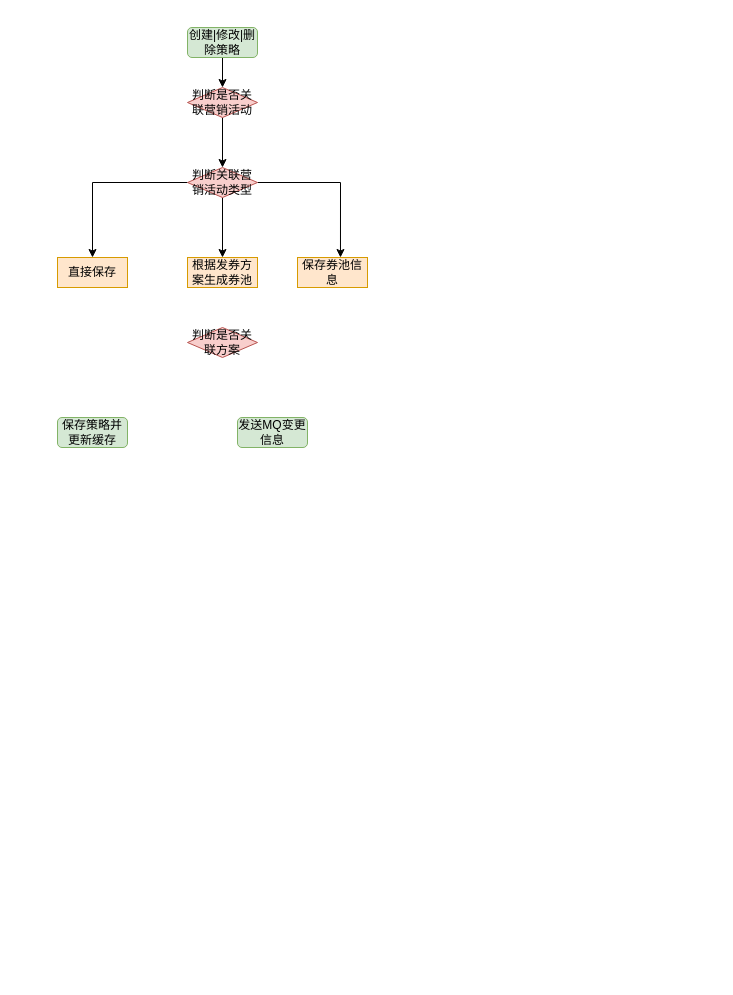
Before: 触点系统/券池接入触点弹窗.drawio in y13513867074/draw, a draw.io diagram. Source tidied: cells renumbered, new cells numbered last; positions are measured from the earlier drawing's top-left corner, leaving out a move shared by most shapes. Both pictures are drawn from the tidied source at 100%, with x=0, y=0 at pixel (57, 27).
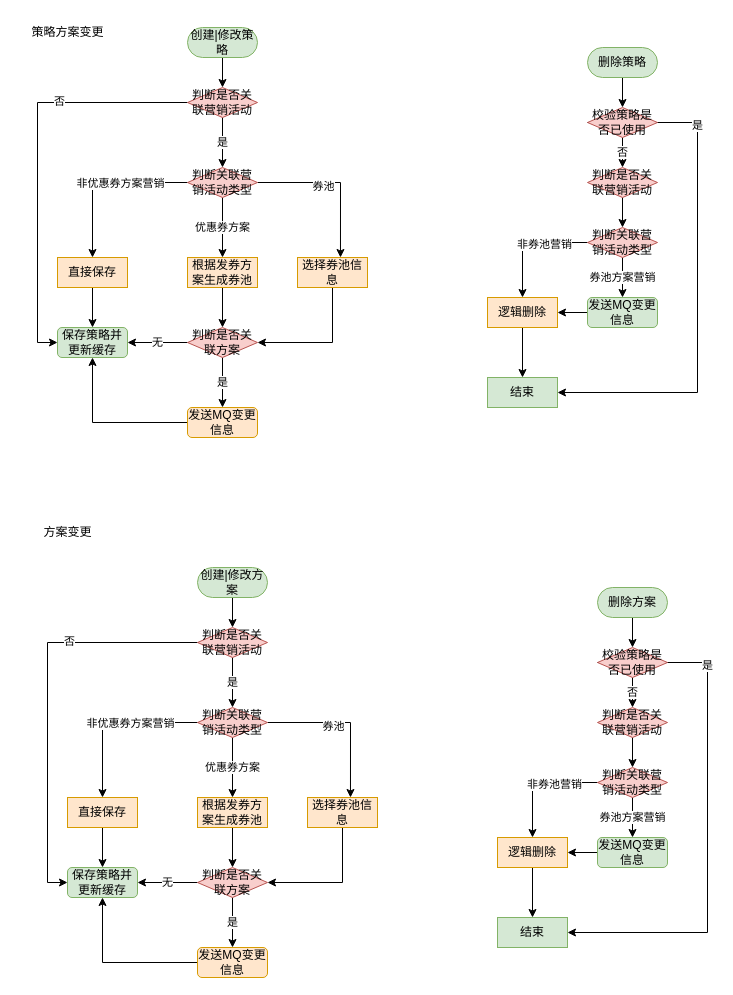
The same page after the edit.

Commit message:
更新券池接入触点弹窗.drawio

Unchanged cells that the change refers to:
```xml
<mxCell id="4" value="直接保存" style="rounded=0;whiteSpace=wrap;html=1;fillColor=#ffe6cc;strokeColor=#d79b00;" parent="1" vertex="1">
  <mxGeometry y="230" width="70" height="30" as="geometry" />
</mxCell>
<mxCell id="6" value="判断是否关联营销活动" style="rhombus;whiteSpace=wrap;html=1;fillColor=#f8cecc;strokeColor=#b85450;" parent="1" vertex="1">
  <mxGeometry x="130" y="60" width="70" height="30" as="geometry" />
</mxCell>
<mxCell id="8" style="edgeStyle=orthogonalEdgeStyle;rounded=0;jettySize=auto;html=1;exitX=0;exitY=0.5;exitDx=0;exitDy=0;entryX=0.5;entryY=0;entryDx=0;entryDy=0;" parent="1" edge="1" source="10" target="4">
  <mxGeometry relative="1" as="geometry" />
</mxCell>
<mxCell id="9" style="edgeStyle=orthogonalEdgeStyle;rounded=0;jettySize=auto;html=1;exitX=1;exitY=0.5;exitDx=0;exitDy=0;entryX=0.614;entryY=0;entryDx=0;entryDy=0;entryPerimeter=0;" parent="1" edge="1" source="10" target="13">
  <mxGeometry relative="1" as="geometry" />
</mxCell>
<mxCell id="10" value="判断关联营销活动类型" style="rhombus;whiteSpace=wrap;html=1;fillColor=#f8cecc;strokeColor=#b85450;" parent="1" vertex="1">
  <mxGeometry x="130" y="140" width="70" height="30" as="geometry" />
</mxCell>
<mxCell id="11" value="判断是否关联方案" style="rhombus;whiteSpace=wrap;html=1;fillColor=#f8cecc;strokeColor=#b85450;" parent="1" vertex="1">
  <mxGeometry x="130" y="300" width="70" height="30" as="geometry" />
</mxCell>
<mxCell id="12" value="根据发券方案生成券池" style="rounded=0;whiteSpace=wrap;html=1;fillColor=#ffe6cc;strokeColor=#d79b00;" parent="1" vertex="1">
  <mxGeometry x="130" y="230" width="70" height="30" as="geometry" />
</mxCell>
```

The edit, as a diff of the source:
```diff
@@
-    <mxCell id="3" value="创建|修改|删除策略" style="rounded=1;whiteSpace=wrap;html=1;fillColor=#d5e8d4;strokeColor=#82b366;" parent="1" vertex="1">
+    <mxCell id="3" value="创建|修改策略" style="rounded=1;whiteSpace=wrap;html=1;fillColor=#d5e8d4;strokeColor=#82b366;arcSize=50;" parent="1" vertex="1">
       <mxGeometry x="130" width="70" height="30" as="geometry" />
     </mxCell>
+    <mxCell id="16" style="edgeStyle=orthogonalEdgeStyle;rounded=0;jettySize=auto;html=1;exitX=0.5;exitY=1;exitDx=0;exitDy=0;" parent="1" edge="1" source="4" target="14">
+      <mxGeometry relative="1" as="geometry" />
+    </mxCell>
@@
-    <mxCell id="5" style="edgeStyle=orthogonalEdgeStyle;rounded=0;jettySize=auto;html=1;exitX=0.5;exitY=1;exitDx=0;exitDy=0;" parent="1" edge="1" source="6" target="10">
+    <mxCell id="5" value="是" style="edgeStyle=orthogonalEdgeStyle;rounded=0;jettySize=auto;html=1;exitX=0.5;exitY=1;exitDx=0;exitDy=0;" parent="1" edge="1" source="6" target="10">
       <mxGeometry relative="1" as="geometry" />
     </mxCell>
+    <mxCell id="17" style="edgeStyle=orthogonalEdgeStyle;rounded=0;jettySize=auto;html=1;exitX=0;exitY=0.5;exitDx=0;exitDy=0;entryX=0;entryY=0.5;entryDx=0;entryDy=0;" parent="1" edge="1" source="6" target="14">
+      <mxGeometry relative="1" as="geometry" />
+    </mxCell>
+    <mxCell id="18" value="否" style="edgeLabel;html=1;align=center;verticalAlign=middle;" parent="17" vertex="1">
+      <mxGeometry x="-0.37" y="-2" relative="1" as="geometry" />
+    </mxCell>
@@
-    <mxCell id="7" style="edgeStyle=orthogonalEdgeStyle;rounded=0;jettySize=auto;html=1;exitX=0.5;exitY=1;exitDx=0;exitDy=0;" parent="1" edge="1" source="10" target="12">
-      <mxGeometry relative="1" as="geometry" />
+    <mxCell id="7" value="优惠券方案" style="edgeStyle=orthogonalEdgeStyle;rounded=0;jettySize=auto;html=1;exitX=0.5;exitY=1;exitDx=0;exitDy=0;" parent="1" edge="1" source="10" target="12">
+      <mxGeometry relative="1" as="geometry">
+        <Array as="points">
+          <mxPoint x="165" y="200" />
+          <mxPoint x="165" y="200" />
+        </Array>
+      </mxGeometry>
     </mxCell>
@@
+    <mxCell id="19" value="非优惠券方案营销" style="edgeLabel;html=1;align=center;verticalAlign=middle;" parent="8" vertex="1">
+      <mxGeometry x="-0.2" relative="1" as="geometry" />
+    </mxCell>
@@
+    <mxCell id="20" value="券池" style="edgeLabel;html=1;align=center;verticalAlign=middle;" parent="9" vertex="1">
+      <mxGeometry x="-0.18" y="-3" relative="1" as="geometry" />
+    </mxCell>
@@
+    <mxCell id="21" value="无" style="edgeStyle=orthogonalEdgeStyle;rounded=0;jettySize=auto;html=1;exitX=0;exitY=0.5;exitDx=0;exitDy=0;entryX=1;entryY=0.5;entryDx=0;entryDy=0;" parent="1" edge="1" source="11" target="14">
+      <mxGeometry relative="1" as="geometry" />
+    </mxCell>
+    <mxCell id="22" value="是" style="edgeStyle=orthogonalEdgeStyle;rounded=0;jettySize=auto;html=1;exitX=0.5;exitY=1;exitDx=0;exitDy=0;" parent="1" edge="1" source="11" target="15">
+      <mxGeometry relative="1" as="geometry" />
+    </mxCell>
@@
+    <mxCell id="23" style="edgeStyle=orthogonalEdgeStyle;rounded=0;jettySize=auto;html=1;exitX=0.5;exitY=1;exitDx=0;exitDy=0;" parent="1" edge="1" source="12" target="11">
+      <mxGeometry relative="1" as="geometry" />
+    </mxCell>
@@
+    <mxCell id="24" style="edgeStyle=orthogonalEdgeStyle;rounded=0;jettySize=auto;html=1;exitX=0.5;exitY=1;exitDx=0;exitDy=0;entryX=1;entryY=0.5;entryDx=0;entryDy=0;" parent="1" edge="1" source="13" target="11">
+      <mxGeometry relative="1" as="geometry" />
+    </mxCell>
-    <mxCell id="13" value="保存券池信息" style="rounded=0;whiteSpace=wrap;html=1;fillColor=#ffe6cc;strokeColor=#d79b00;" parent="1" vertex="1">
+    <mxCell id="13" value="选择券池信息" style="rounded=0;whiteSpace=wrap;html=1;fillColor=#ffe6cc;strokeColor=#d79b00;" parent="1" vertex="1">
       <mxGeometry x="240" y="230" width="70" height="30" as="geometry" />
     </mxCell>
     <mxCell id="14" value="保存策略并更新缓存" style="rounded=1;whiteSpace=wrap;html=1;fillColor=#d5e8d4;strokeColor=#82b366;" parent="1" vertex="1">
-      <mxGeometry y="390" width="70" height="30" as="geometry" />
+      <mxGeometry y="300" width="70" height="30" as="geometry" />
     </mxCell>
+    <mxCell id="25" style="edgeStyle=orthogonalEdgeStyle;rounded=0;jettySize=auto;html=1;exitX=0;exitY=0.5;exitDx=0;exitDy=0;entryX=0.5;entryY=1;entryDx=0;entryDy=0;" parent="1" edge="1" source="15" target="14">
+      <mxGeometry relative="1" as="geometry" />
+    </mxCell>
-    <mxCell id="15" value="发送MQ变更信息" style="rounded=1;whiteSpace=wrap;html=1;fillColor=#d5e8d4;strokeColor=#82b366;" parent="1" vertex="1">
-      <mxGeometry x="180" y="390" width="70" height="30" as="geometry" />
+    <mxCell id="15" value="发送MQ变更信息" style="rounded=1;whiteSpace=wrap;html=1;fillColor=#ffe6cc;strokeColor=#d79b00;" parent="1" vertex="1">
+      <mxGeometry x="130" y="380" width="70" height="30" as="geometry" />
     </mxCell>
+    <mxCell id="26" style="edgeStyle=orthogonalEdgeStyle;rounded=0;jettySize=auto;html=1;exitX=0.5;exitY=1;exitDx=0;exitDy=0;entryX=0.5;entryY=0;entryDx=0;entryDy=0;" parent="1" edge="1" source="27" target="40">
+      <mxGeometry relative="1" as="geometry" />
+    </mxCell>
+    <mxCell id="27" value="删除策略" style="rounded=1;whiteSpace=wrap;html=1;fillColor=#d5e8d4;strokeColor=#82b366;arcSize=50;" parent="1" vertex="1">
+      <mxGeometry x="530" y="20" width="70" height="30" as="geometry" />
+    </mxCell>
+    <mxCell id="28" style="edgeStyle=orthogonalEdgeStyle;rounded=0;jettySize=auto;html=1;exitX=0.5;exitY=1;exitDx=0;exitDy=0;" parent="1" edge="1" source="29" target="33">
+      <mxGeometry relative="1" as="geometry" />
+    </mxCell>
+    <mxCell id="29" value="判断是否关联营销活动" style="rhombus;whiteSpace=wrap;html=1;fillColor=#f8cecc;strokeColor=#b85450;" parent="1" vertex="1">
+      <mxGeometry x="530" y="140" width="70" height="30" as="geometry" />
+    </mxCell>
+    <mxCell id="30" value="券池方案营销" style="edgeStyle=orthogonalEdgeStyle;rounded=0;jettySize=auto;html=1;exitX=0.5;exitY=1;exitDx=0;exitDy=0;entryX=0.5;entryY=0;entryDx=0;entryDy=0;" parent="1" edge="1" source="33" target="35">
+      <mxGeometry relative="1" as="geometry" />
+    </mxCell>
+    <mxCell id="31" style="edgeStyle=orthogonalEdgeStyle;rounded=0;jettySize=auto;html=1;exitX=0;exitY=0.5;exitDx=0;exitDy=0;entryX=0.5;entryY=0;entryDx=0;entryDy=0;" parent="1" edge="1" source="33" target="42">
+      <mxGeometry relative="1" as="geometry" />
+    </mxCell>
+    <mxCell id="32" value="非券池营销" style="edgeLabel;html=1;align=center;verticalAlign=middle;" parent="31" vertex="1">
+      <mxGeometry x="-0.26" y="1" relative="1" as="geometry" />
+    </mxCell>
+    <mxCell id="33" value="判断关联营销活动类型" style="rhombus;whiteSpace=wrap;html=1;fillColor=#f8cecc;strokeColor=#b85450;" parent="1" vertex="1">
+      <mxGeometry x="530" y="200" width="70" height="30" as="geometry" />
+    </mxCell>
+    <mxCell id="34" style="edgeStyle=orthogonalEdgeStyle;rounded=0;jettySize=auto;html=1;exitX=0;exitY=0.5;exitDx=0;exitDy=0;entryX=1;entryY=0.5;entryDx=0;entryDy=0;" parent="1" edge="1" source="35" target="42">
+      <mxGeometry relative="1" as="geometry" />
+    </mxCell>
+    <mxCell id="35" value="发送MQ变更信息" style="rounded=1;whiteSpace=wrap;html=1;fillColor=#d5e8d4;strokeColor=#82b366;" parent="1" vertex="1">
+      <mxGeometry x="530" y="270" width="70" height="30" as="geometry" />
+    </mxCell>
+    <mxCell id="36" value="结束" style="rounded=0;whiteSpace=wrap;html=1;fillColor=#d5e8d4;strokeColor=#82b366;" parent="1" vertex="1">
+      <mxGeometry x="430" y="350" width="70" height="30" as="geometry" />
+    </mxCell>
+    <mxCell id="37" value="否" style="edgeStyle=orthogonalEdgeStyle;rounded=0;jettySize=auto;html=1;exitX=0.5;exitY=1;exitDx=0;exitDy=0;entryX=0.5;entryY=0;entryDx=0;entryDy=0;" parent="1" edge="1" source="40" target="29">
+      <mxGeometry relative="1" as="geometry" />
+    </mxCell>
+    <mxCell id="38" style="edgeStyle=orthogonalEdgeStyle;rounded=0;jettySize=auto;html=1;exitX=0;exitY=0.5;exitDx=0;exitDy=0;entryX=1;entryY=0.5;entryDx=0;entryDy=0;" parent="1" edge="1" source="40" target="36">
+      <mxGeometry relative="1" as="geometry">
+        <Array as="points">
+          <mxPoint x="640" y="95" />
+          <mxPoint x="640" y="365" />
+        </Array>
+      </mxGeometry>
+    </mxCell>
+    <mxCell id="39" value="是" style="edgeLabel;html=1;align=center;verticalAlign=middle;" parent="38" vertex="1">
+      <mxGeometry x="-0.58" y="-2" relative="1" as="geometry" />
+    </mxCell>
+    <mxCell id="40" value="校验策略是否已使用" style="rhombus;whiteSpace=wrap;html=1;fillColor=#f8cecc;strokeColor=#b85450;" parent="1" vertex="1">
+      <mxGeometry x="530" y="80" width="70" height="30" as="geometry" />
+    </mxCell>
+    <mxCell id="41" style="edgeStyle=orthogonalEdgeStyle;rounded=0;jettySize=auto;html=1;" parent="1" edge="1" source="42" target="36">
+      <mxGeometry relative="1" as="geometry" />
+    </mxCell>
+    <mxCell id="42" value="逻辑删除" style="rounded=0;whiteSpace=wrap;html=1;fillColor=#ffe6cc;strokeColor=#d79b00;" parent="1" vertex="1">
+      <mxGeometry x="430" y="270" width="70" height="30" as="geometry" />
+    </mxCell>
+    <mxCell id="43" value="策略方案变更" style="text;html=1;align=center;verticalAlign=middle;strokeColor=none;fillColor=none;" parent="1" vertex="1">
+      <mxGeometry x="-40" y="-10" width="100" height="30" as="geometry" />
+    </mxCell>
+    <mxCell id="44" style="edgeStyle=orthogonalEdgeStyle;rounded=0;jettySize=auto;html=1;exitX=0.5;exitY=1;exitDx=0;exitDy=0;entryX=0.5;entryY=0;entryDx=0;entryDy=0;" parent="1" edge="1" source="45" target="51">
+      <mxGeometry relative="1" as="geometry" />
+    </mxCell>
+    <mxCell id="45" value="创建|修改方案" style="rounded=1;whiteSpace=wrap;html=1;fillColor=#d5e8d4;strokeColor=#82b366;arcSize=50;" parent="1" vertex="1">
+      <mxGeometry x="140" y="540" width="70" height="30" as="geometry" />
+    </mxCell>
+    <mxCell id="46" style="edgeStyle=orthogonalEdgeStyle;rounded=0;jettySize=auto;html=1;exitX=0.5;exitY=1;exitDx=0;exitDy=0;" parent="1" edge="1" source="47" target="65">
+      <mxGeometry relative="1" as="geometry" />
+    </mxCell>
+    <mxCell id="47" value="直接保存" style="rounded=0;whiteSpace=wrap;html=1;fillColor=#ffe6cc;strokeColor=#d79b00;" parent="1" vertex="1">
+      <mxGeometry x="10" y="770" width="70" height="30" as="geometry" />
+    </mxCell>
+    <mxCell id="48" value="是" style="edgeStyle=orthogonalEdgeStyle;rounded=0;jettySize=auto;html=1;exitX=0.5;exitY=1;exitDx=0;exitDy=0;" parent="1" edge="1" source="51" target="57">
+      <mxGeometry relative="1" as="geometry" />
+    </mxCell>
+    <mxCell id="49" style="edgeStyle=orthogonalEdgeStyle;rounded=0;jettySize=auto;html=1;exitX=0;exitY=0.5;exitDx=0;exitDy=0;entryX=0;entryY=0.5;entryDx=0;entryDy=0;" parent="1" edge="1" source="51" target="65">
+      <mxGeometry relative="1" as="geometry" />
+    </mxCell>
+    <mxCell id="50" value="否" style="edgeLabel;html=1;align=center;verticalAlign=middle;" parent="49" vertex="1">
+      <mxGeometry x="-0.37" y="-2" relative="1" as="geometry" />
+    </mxCell>
+    <mxCell id="51" value="判断是否关联营销活动" style="rhombus;whiteSpace=wrap;html=1;fillColor=#f8cecc;strokeColor=#b85450;" parent="1" vertex="1">
+      <mxGeometry x="140" y="600" width="70" height="30" as="geometry" />
+    </mxCell>
+    <mxCell id="52" value="优惠券方案" style="edgeStyle=orthogonalEdgeStyle;rounded=0;jettySize=auto;html=1;exitX=0.5;exitY=1;exitDx=0;exitDy=0;" parent="1" edge="1" source="57" target="62">
+      <mxGeometry relative="1" as="geometry">
+        <Array as="points">
+          <mxPoint x="175" y="740" />
+          <mxPoint x="175" y="740" />
+        </Array>
+      </mxGeometry>
+    </mxCell>
+    <mxCell id="53" style="edgeStyle=orthogonalEdgeStyle;rounded=0;jettySize=auto;html=1;exitX=0;exitY=0.5;exitDx=0;exitDy=0;entryX=0.5;entryY=0;entryDx=0;entryDy=0;" parent="1" edge="1" source="57" target="47">
+      <mxGeometry relative="1" as="geometry" />
+    </mxCell>
+    <mxCell id="54" value="非优惠券方案营销" style="edgeLabel;html=1;align=center;verticalAlign=middle;" parent="53" vertex="1">
+      <mxGeometry x="-0.2" relative="1" as="geometry" />
+    </mxCell>
+    <mxCell id="55" style="edgeStyle=orthogonalEdgeStyle;rounded=0;jettySize=auto;html=1;exitX=1;exitY=0.5;exitDx=0;exitDy=0;entryX=0.614;entryY=0;entryDx=0;entryDy=0;entryPerimeter=0;" parent="1" edge="1" source="57" target="64">
+      <mxGeometry relative="1" as="geometry" />
+    </mxCell>
+    <mxCell id="56" value="券池" style="edgeLabel;html=1;align=center;verticalAlign=middle;" parent="55" vertex="1">
+      <mxGeometry x="-0.18" y="-3" relative="1" as="geometry" />
+    </mxCell>
+    <mxCell id="57" value="判断关联营销活动类型" style="rhombus;whiteSpace=wrap;html=1;fillColor=#f8cecc;strokeColor=#b85450;" parent="1" vertex="1">
+      <mxGeometry x="140" y="680" width="70" height="30" as="geometry" />
+    </mxCell>
+    <mxCell id="58" value="无" style="edgeStyle=orthogonalEdgeStyle;rounded=0;jettySize=auto;html=1;exitX=0;exitY=0.5;exitDx=0;exitDy=0;entryX=1;entryY=0.5;entryDx=0;entryDy=0;" parent="1" edge="1" source="60" target="65">
+      <mxGeometry relative="1" as="geometry" />
+    </mxCell>
+    <mxCell id="59" value="是" style="edgeStyle=orthogonalEdgeStyle;rounded=0;jettySize=auto;html=1;exitX=0.5;exitY=1;exitDx=0;exitDy=0;" parent="1" edge="1" source="60" target="67">
+      <mxGeometry relative="1" as="geometry" />
+    </mxCell>
+    <mxCell id="60" value="判断是否关联方案" style="rhombus;whiteSpace=wrap;html=1;fillColor=#f8cecc;strokeColor=#b85450;" parent="1" vertex="1">
+      <mxGeometry x="140" y="840" width="70" height="30" as="geometry" />
+    </mxCell>
+    <mxCell id="61" style="edgeStyle=orthogonalEdgeStyle;rounded=0;jettySize=auto;html=1;exitX=0.5;exitY=1;exitDx=0;exitDy=0;" parent="1" edge="1" source="62" target="60">
+      <mxGeometry relative="1" as="geometry" />
+    </mxCell>
+    <mxCell id="62" value="根据发券方案生成券池" style="rounded=0;whiteSpace=wrap;html=1;fillColor=#ffe6cc;strokeColor=#d79b00;" parent="1" vertex="1">
+      <mxGeometry x="140" y="770" width="70" height="30" as="geometry" />
+    </mxCell>
+    <mxCell id="63" style="edgeStyle=orthogonalEdgeStyle;rounded=0;jettySize=auto;html=1;exitX=0.5;exitY=1;exitDx=0;exitDy=0;entryX=1;entryY=0.5;entryDx=0;entryDy=0;" parent="1" edge="1" source="64" target="60">
+      <mxGeometry relative="1" as="geometry" />
+    </mxCell>
+    <mxCell id="64" value="选择券池信息" style="rounded=0;whiteSpace=wrap;html=1;fillColor=#ffe6cc;strokeColor=#d79b00;" parent="1" vertex="1">
+      <mxGeometry x="250" y="770" width="70" height="30" as="geometry" />
+    </mxCell>
+    <mxCell id="65" value="保存策略并更新缓存" style="rounded=1;whiteSpace=wrap;html=1;fillColor=#d5e8d4;strokeColor=#82b366;" parent="1" vertex="1">
+      <mxGeometry x="10" y="840" width="70" height="30" as="geometry" />
+    </mxCell>
+    <mxCell id="66" style="edgeStyle=orthogonalEdgeStyle;rounded=0;jettySize=auto;html=1;exitX=0;exitY=0.5;exitDx=0;exitDy=0;entryX=0.5;entryY=1;entryDx=0;entryDy=0;" parent="1" edge="1" source="67" target="65">
+      <mxGeometry relative="1" as="geometry" />
+    </mxCell>
+    <mxCell id="67" value="发送MQ变更信息" style="rounded=1;whiteSpace=wrap;html=1;fillColor=#ffe6cc;strokeColor=#d79b00;" parent="1" vertex="1">
+      <mxGeometry x="140" y="920" width="70" height="30" as="geometry" />
+    </mxCell>
+    <mxCell id="68" style="edgeStyle=orthogonalEdgeStyle;rounded=0;jettySize=auto;html=1;exitX=0.5;exitY=1;exitDx=0;exitDy=0;entryX=0.5;entryY=0;entryDx=0;entryDy=0;" parent="1" edge="1" source="69" target="82">
+      <mxGeometry relative="1" as="geometry" />
+    </mxCell>
+    <mxCell id="69" value="删除方案" style="rounded=1;whiteSpace=wrap;html=1;fillColor=#d5e8d4;strokeColor=#82b366;arcSize=50;" parent="1" vertex="1">
+      <mxGeometry x="540" y="560" width="70" height="30" as="geometry" />
+    </mxCell>
+    <mxCell id="70" style="edgeStyle=orthogonalEdgeStyle;rounded=0;jettySize=auto;html=1;exitX=0.5;exitY=1;exitDx=0;exitDy=0;" parent="1" edge="1" source="71" target="75">
+      <mxGeometry relative="1" as="geometry" />
+    </mxCell>
+    <mxCell id="71" value="判断是否关联营销活动" style="rhombus;whiteSpace=wrap;html=1;fillColor=#f8cecc;strokeColor=#b85450;" parent="1" vertex="1">
+      <mxGeometry x="540" y="680" width="70" height="30" as="geometry" />
+    </mxCell>
+    <mxCell id="72" value="券池方案营销" style="edgeStyle=orthogonalEdgeStyle;rounded=0;jettySize=auto;html=1;exitX=0.5;exitY=1;exitDx=0;exitDy=0;entryX=0.5;entryY=0;entryDx=0;entryDy=0;" parent="1" edge="1" source="75" target="77">
+      <mxGeometry relative="1" as="geometry" />
+    </mxCell>
+    <mxCell id="73" style="edgeStyle=orthogonalEdgeStyle;rounded=0;jettySize=auto;html=1;exitX=0;exitY=0.5;exitDx=0;exitDy=0;entryX=0.5;entryY=0;entryDx=0;entryDy=0;" parent="1" edge="1" source="75" target="84">
+      <mxGeometry relative="1" as="geometry" />
+    </mxCell>
+    <mxCell id="74" value="非券池营销" style="edgeLabel;html=1;align=center;verticalAlign=middle;" parent="73" vertex="1">
+      <mxGeometry x="-0.26" y="1" relative="1" as="geometry" />
+    </mxCell>
+    <mxCell id="75" value="判断关联营销活动类型" style="rhombus;whiteSpace=wrap;html=1;fillColor=#f8cecc;strokeColor=#b85450;" parent="1" vertex="1">
+      <mxGeometry x="540" y="740" width="70" height="30" as="geometry" />
+    </mxCell>
+    <mxCell id="76" style="edgeStyle=orthogonalEdgeStyle;rounded=0;jettySize=auto;html=1;exitX=0;exitY=0.5;exitDx=0;exitDy=0;entryX=1;entryY=0.5;entryDx=0;entryDy=0;" parent="1" edge="1" source="77" target="84">
+      <mxGeometry relative="1" as="geometry" />
+    </mxCell>
+    <mxCell id="77" value="发送MQ变更信息" style="rounded=1;whiteSpace=wrap;html=1;fillColor=#d5e8d4;strokeColor=#82b366;" parent="1" vertex="1">
+      <mxGeometry x="540" y="810" width="70" height="30" as="geometry" />
+    </mxCell>
+    <mxCell id="78" value="结束" style="rounded=0;whiteSpace=wrap;html=1;fillColor=#d5e8d4;strokeColor=#82b366;" parent="1" vertex="1">
+      <mxGeometry x="440" y="890" width="70" height="30" as="geometry" />
+    </mxCell>
+    <mxCell id="79" value="否" style="edgeStyle=orthogonalEdgeStyle;rounded=0;jettySize=auto;html=1;exitX=0.5;exitY=1;exitDx=0;exitDy=0;entryX=0.5;entryY=0;entryDx=0;entryDy=0;" parent="1" edge="1" source="82" target="71">
+      <mxGeometry relative="1" as="geometry" />
+    </mxCell>
+    <mxCell id="80" style="edgeStyle=orthogonalEdgeStyle;rounded=0;jettySize=auto;html=1;exitX=0;exitY=0.5;exitDx=0;exitDy=0;entryX=1;entryY=0.5;entryDx=0;entryDy=0;" parent="1" edge="1" source="82" target="78">
+      <mxGeometry relative="1" as="geometry">
+        <Array as="points">
+          <mxPoint x="650" y="635" />
+          <mxPoint x="650" y="905" />
+        </Array>
+      </mxGeometry>
+    </mxCell>
+    <mxCell id="81" value="是" style="edgeLabel;html=1;align=center;verticalAlign=middle;" parent="80" vertex="1">
+      <mxGeometry x="-0.58" y="-2" relative="1" as="geometry" />
+    </mxCell>
+    <mxCell id="82" value="校验策略是否已使用" style="rhombus;whiteSpace=wrap;html=1;fillColor=#f8cecc;strokeColor=#b85450;" parent="1" vertex="1">
+      <mxGeometry x="540" y="620" width="70" height="30" as="geometry" />
+    </mxCell>
+    <mxCell id="83" style="edgeStyle=orthogonalEdgeStyle;rounded=0;jettySize=auto;html=1;" parent="1" edge="1" source="84" target="78">
+      <mxGeometry relative="1" as="geometry" />
+    </mxCell>
+    <mxCell id="84" value="逻辑删除" style="rounded=0;whiteSpace=wrap;html=1;fillColor=#ffe6cc;strokeColor=#d79b00;" parent="1" vertex="1">
+      <mxGeometry x="440" y="810" width="70" height="30" as="geometry" />
+    </mxCell>
+    <mxCell id="85" value="方案变更" style="text;html=1;align=center;verticalAlign=middle;strokeColor=none;fillColor=none;" parent="1" vertex="1">
+      <mxGeometry x="-25" y="490" width="70" height="30" as="geometry" />
+    </mxCell>
```
